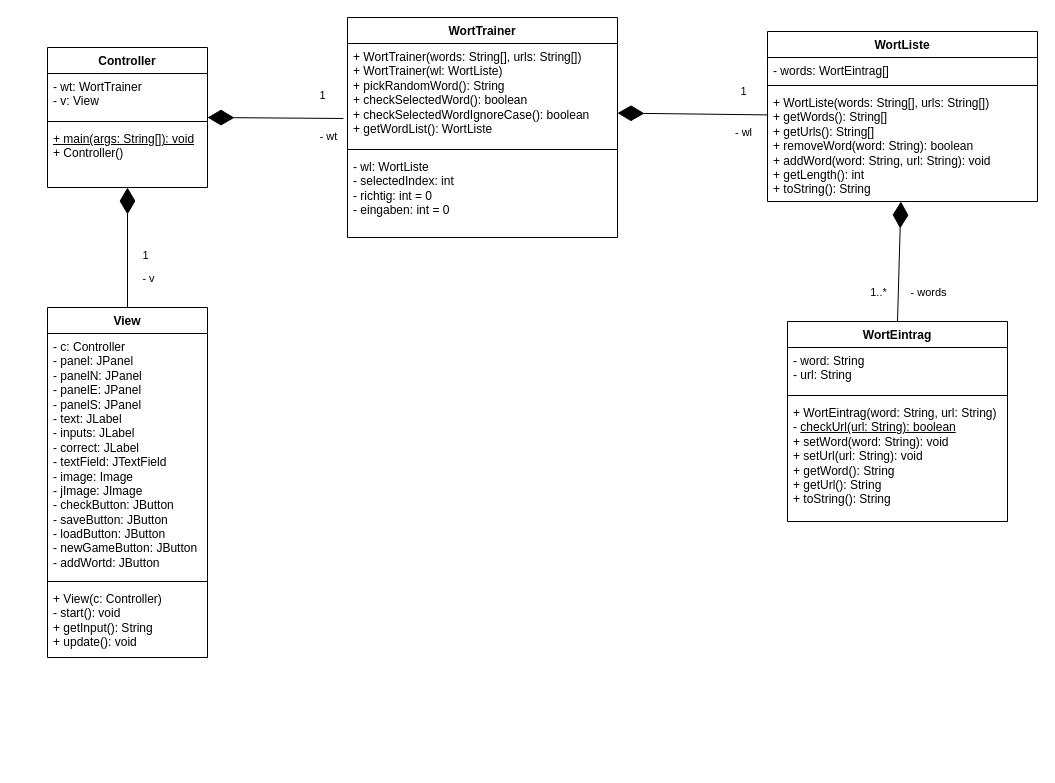
This is doc/worttrainer.drawio from TGM-HIT/sew9-2425-worttrainer-czlabinger, a draw.io file, before an edit. Source tidied: cells renumbered, new cells numbered last; positions are measured from the earlier drawing's top-left corner, leaving out a move shared by most shapes. Both pictures are drawn from the tidied source at 100%, with x=0, y=0 at pixel (47, 17).
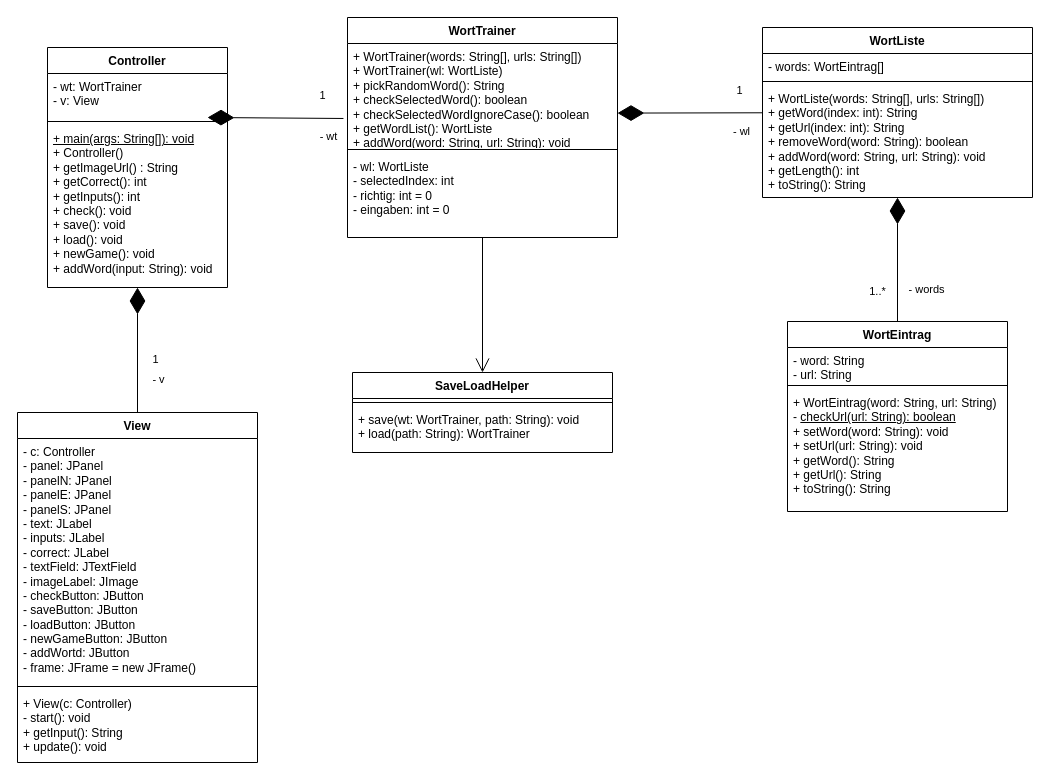
The same diagram, later.

The change refers to these unchanged cells:
```xml
<mxCell id="2" value="&lt;div&gt;WortTrainer&lt;/div&gt;" style="swimlane;fontStyle=1;align=center;verticalAlign=top;horizontal=1;startSize=26;whiteSpace=wrap;html=1;" parent="1" vertex="1">
  <mxGeometry x="300" width="270" height="220" as="geometry" />
</mxCell>
<mxCell id="5" value="&lt;div&gt;- wl: WortListe&lt;/div&gt;&lt;div&gt;- selectedIndex: int&lt;/div&gt;&lt;div&gt;- richtig: int = 0&lt;/div&gt;&lt;div&gt;- eingaben: int = 0&lt;/div&gt;" style="text;strokeColor=none;fillColor=none;align=left;verticalAlign=top;spacingLeft=4;spacingRight=4;overflow=hidden;points=[[0,0.5],[1,0.5]];portConstraint=eastwest;whiteSpace=wrap;html=1;" parent="2" vertex="1">
  <mxGeometry y="136" width="270" height="84" as="geometry" />
</mxCell>
```

Diff of the diagram source:
```diff
@@
-    <mxCell id="3" value="&lt;div&gt;+ WortTrainer(words: String[], urls: String[])&lt;/div&gt;&lt;div&gt;+ WortTrainer(wl: WortListe)&lt;/div&gt;&lt;div&gt;+ pickRandomWord(): String&lt;/div&gt;&lt;div&gt;+ checkSelectedWord(): boolean&lt;/div&gt;&lt;div&gt;+ checkSelectedWordIgnoreCase(): boolean&lt;/div&gt;&lt;div&gt;+ getWordList(): WortListe&lt;/div&gt;" style="text;strokeColor=none;fillColor=none;align=left;verticalAlign=top;spacingLeft=4;spacingRight=4;overflow=hidden;points=[[0,0.5],[1,0.5]];portConstraint=eastwest;whiteSpace=wrap;html=1;" parent="2" vertex="1">
+    <mxCell id="3" value="&lt;div&gt;+ WortTrainer(words: String[], urls: String[])&lt;/div&gt;&lt;div&gt;+ WortTrainer(wl: WortListe)&lt;/div&gt;&lt;div&gt;+ pickRandomWord(): String&lt;/div&gt;&lt;div&gt;+ checkSelectedWord(): boolean&lt;/div&gt;&lt;div&gt;+ checkSelectedWordIgnoreCase(): boolean&lt;/div&gt;&lt;div&gt;+ getWordList(): WortListe&lt;/div&gt;&lt;div&gt;+ addWord(word: String, url: String): void&lt;/div&gt;" style="text;strokeColor=none;fillColor=none;align=left;verticalAlign=top;spacingLeft=4;spacingRight=4;overflow=hidden;points=[[0,0.5],[1,0.5]];portConstraint=eastwest;whiteSpace=wrap;html=1;" parent="2" vertex="1">
       <mxGeometry y="26" width="270" height="102" as="geometry" />
     </mxCell>
@@
     <mxCell id="6" value="&lt;div&gt;WortListe&lt;/div&gt;&lt;div&gt;&lt;br&gt;&lt;/div&gt;" style="swimlane;fontStyle=1;align=center;verticalAlign=top;horizontal=1;startSize=26;whiteSpace=wrap;html=1;" parent="1" vertex="1">
-      <mxGeometry x="720" y="14" width="270" height="170" as="geometry" />
+      <mxGeometry x="715" y="10" width="270" height="170" as="geometry" />
     </mxCell>
@@
-    <mxCell id="9" value="&lt;div&gt;+ WortListe(words: String[], urls: String[])&lt;/div&gt;&lt;div&gt;+ getWords(): String[]&lt;/div&gt;&lt;div&gt;+ getUrls(): String[]&lt;/div&gt;&lt;div&gt;+ removeWord(word: String): boolean&lt;/div&gt;&lt;div&gt;+ addWord(word: String, url: String): void&lt;/div&gt;&lt;div&gt;+ getLength(): int&lt;/div&gt;&lt;div&gt;+ toString(): String&lt;/div&gt;" style="text;strokeColor=none;fillColor=none;align=left;verticalAlign=top;spacingLeft=4;spacingRight=4;overflow=hidden;points=[[0,0.5],[1,0.5]];portConstraint=eastwest;whiteSpace=wrap;html=1;" parent="6" vertex="1">
+    <mxCell id="9" value="&lt;div&gt;+ WortListe(words: String[], urls: String[])&lt;/div&gt;&lt;div&gt;+ getWord(index: int): String&lt;/div&gt;&lt;div&gt;+ getUrl(index: int): String&lt;/div&gt;&lt;div&gt;+ removeWord(word: String): boolean&lt;/div&gt;&lt;div&gt;+ addWord(word: String, url: String): void&lt;/div&gt;&lt;div&gt;+ getLength(): int&lt;/div&gt;&lt;div&gt;+ toString(): String&lt;/div&gt;" style="text;strokeColor=none;fillColor=none;align=left;verticalAlign=top;spacingLeft=4;spacingRight=4;overflow=hidden;points=[[0,0.5],[1,0.5]];portConstraint=eastwest;whiteSpace=wrap;html=1;" parent="6" vertex="1">
       <mxGeometry y="58" width="270" height="112" as="geometry" />
     </mxCell>
     <mxCell id="10" value="WortEintrag" style="swimlane;fontStyle=1;align=center;verticalAlign=top;horizontal=1;startSize=26;whiteSpace=wrap;html=1;" parent="1" vertex="1">
-      <mxGeometry x="740" y="304" width="220" height="200" as="geometry" />
+      <mxGeometry x="740" y="304" width="220" height="190" as="geometry" />
     </mxCell>
     <mxCell id="11" value="&lt;div&gt;- word: String&lt;/div&gt;&lt;div&gt;- url: String&lt;/div&gt;" style="text;strokeColor=none;fillColor=none;align=left;verticalAlign=top;spacingLeft=4;spacingRight=4;overflow=hidden;whiteSpace=wrap;html=1;" parent="10" vertex="1">
-      <mxGeometry y="26" width="220" height="44" as="geometry" />
+      <mxGeometry y="26" width="220" height="34" as="geometry" />
     </mxCell>
     <mxCell id="12" style="line;strokeWidth=1;fillColor=none;align=left;verticalAlign=middle;spacingTop=-1;spacingLeft=3;spacingRight=3;labelPosition=right;strokeColor=inherit;" parent="10" vertex="1">
-      <mxGeometry y="70" width="220" height="8" as="geometry" />
+      <mxGeometry y="60" width="220" height="8" as="geometry" />
     </mxCell>
     <mxCell id="13" value="&lt;div&gt;+ WortEintrag(word: String, url: String)&lt;/div&gt;&lt;div&gt;- &lt;u&gt;checkUrl(url: String): boolean&lt;/u&gt;&lt;/div&gt;&lt;div&gt;+ setWord(word: String): void&lt;br&gt;&lt;/div&gt;&lt;div&gt;+ setUrl(url: String): void&lt;/div&gt;&lt;div&gt;+ getWord(): String&lt;/div&gt;&lt;div&gt;+ getUrl(): String&lt;/div&gt;&lt;div&gt;+ toString(): String&lt;br&gt;&lt;/div&gt;&lt;div&gt;&lt;br&gt;&lt;/div&gt;" style="text;strokeColor=none;fillColor=none;align=left;verticalAlign=top;spacingLeft=4;spacingRight=4;overflow=hidden;whiteSpace=wrap;html=1;" parent="10" vertex="1">
-      <mxGeometry y="78" width="220" height="122" as="geometry" />
+      <mxGeometry y="68" width="220" height="122" as="geometry" />
     </mxCell>
@@
     <mxCell id="20" value="&lt;div&gt;Controller&lt;/div&gt;" style="swimlane;fontStyle=1;align=center;verticalAlign=top;horizontal=1;startSize=26;whiteSpace=wrap;html=1;" parent="1" vertex="1">
-      <mxGeometry y="30" width="160" height="140" as="geometry" />
+      <mxGeometry y="30" width="180" height="240" as="geometry" />
     </mxCell>
     <mxCell id="21" value="&lt;div&gt;- wt: WortTrainer&lt;/div&gt;&lt;div&gt;- v: View&lt;br&gt;&lt;/div&gt;" style="text;strokeColor=none;fillColor=none;align=left;verticalAlign=top;spacingLeft=4;spacingRight=4;overflow=hidden;whiteSpace=wrap;html=1;" parent="20" vertex="1">
-      <mxGeometry y="26" width="160" height="44" as="geometry" />
+      <mxGeometry y="26" width="180" height="44" as="geometry" />
     </mxCell>
     <mxCell id="22" style="line;strokeWidth=1;fillColor=none;align=left;verticalAlign=middle;spacingTop=-1;spacingLeft=3;spacingRight=3;labelPosition=right;strokeColor=inherit;" parent="20" vertex="1">
-      <mxGeometry y="70" width="160" height="8" as="geometry" />
+      <mxGeometry y="70" width="180" height="8" as="geometry" />
     </mxCell>
-    <mxCell id="23" value="&lt;div&gt;&lt;u&gt;+ main(args: String[]): void&lt;/u&gt;&lt;/div&gt;+ Controller()" style="text;strokeColor=none;fillColor=none;align=left;verticalAlign=top;spacingLeft=4;spacingRight=4;overflow=hidden;points=[[0,0.5],[1,0.5]];portConstraint=eastwest;whiteSpace=wrap;html=1;" parent="20" vertex="1">
-      <mxGeometry y="78" width="160" height="62" as="geometry" />
+    <mxCell id="23" value="&lt;div&gt;&lt;u&gt;+ main(args: String[]): void&lt;/u&gt;&lt;/div&gt;+ Controller()&lt;div&gt;+ getImageUrl() : String&lt;/div&gt;&lt;div&gt;+ getCorrect(): int&lt;/div&gt;&lt;div&gt;+ getInputs(): int&lt;/div&gt;&lt;div&gt;+ check(): void&lt;/div&gt;&lt;div&gt;+ save(): void&lt;/div&gt;&lt;div&gt;+ load(): void&lt;/div&gt;&lt;div&gt;+ newGame(): void&lt;/div&gt;&lt;div&gt;+ addWord(input: String): void&lt;/div&gt;" style="text;strokeColor=none;fillColor=none;align=left;verticalAlign=top;spacingLeft=4;spacingRight=4;overflow=hidden;points=[[0,0.5],[1,0.5]];portConstraint=eastwest;whiteSpace=wrap;html=1;" parent="20" vertex="1">
+      <mxGeometry y="78" width="180" height="162" as="geometry" />
     </mxCell>
@@
     <mxCell id="27" value="View" style="swimlane;fontStyle=1;align=center;verticalAlign=top;horizontal=1;startSize=26;whiteSpace=wrap;html=1;" parent="1" vertex="1">
-      <mxGeometry y="290" width="160" height="350" as="geometry" />
+      <mxGeometry x="-30" y="395" width="240" height="350" as="geometry" />
     </mxCell>
-    <mxCell id="28" value="&lt;div&gt;- c: Controller&lt;/div&gt;&lt;div&gt;- panel: JPanel&lt;/div&gt;&lt;div&gt;- panelN: JPanel&lt;/div&gt;&lt;div&gt;- panelE: JPanel&lt;/div&gt;&lt;div&gt;- panelS: JPanel&lt;/div&gt;&lt;div&gt;- text: JLabel&lt;/div&gt;&lt;div&gt;- inputs: JLabel&lt;/div&gt;&lt;div&gt;- correct: JLabel&lt;/div&gt;&lt;div&gt;- textField: JTextField&lt;/div&gt;&lt;div&gt;- image: Image&lt;/div&gt;&lt;div&gt;- jImage: JImage&lt;br&gt;&lt;/div&gt;&lt;div&gt;- checkButton: JButton&lt;/div&gt;&lt;div&gt;- saveButton: JButton&lt;/div&gt;&lt;div&gt;- loadButton: JButton&lt;/div&gt;&lt;div&gt;- newGameButton: JButton&lt;/div&gt;&lt;div&gt;- addWortd: JButton&lt;br&gt;&lt;/div&gt;" style="text;strokeColor=none;fillColor=none;align=left;verticalAlign=top;spacingLeft=4;spacingRight=4;overflow=hidden;whiteSpace=wrap;html=1;" parent="27" vertex="1">
-      <mxGeometry y="26" width="160" height="244" as="geometry" />
+    <mxCell id="28" value="&lt;div&gt;- c: Controller&lt;/div&gt;&lt;div&gt;- panel: JPanel&lt;/div&gt;&lt;div&gt;- panelN: JPanel&lt;/div&gt;&lt;div&gt;- panelE: JPanel&lt;/div&gt;&lt;div&gt;- panelS: JPanel&lt;/div&gt;&lt;div&gt;- text: JLabel&lt;/div&gt;&lt;div&gt;- inputs: JLabel&lt;/div&gt;&lt;div&gt;- correct: JLabel&lt;/div&gt;&lt;div&gt;- textField: JTextField&lt;/div&gt;&lt;div&gt;- imageLabel: JImage&lt;br&gt;&lt;/div&gt;&lt;div&gt;- checkButton: JButton&lt;/div&gt;&lt;div&gt;- saveButton: JButton&lt;/div&gt;&lt;div&gt;- loadButton: JButton&lt;/div&gt;&lt;div&gt;- newGameButton: JButton&lt;/div&gt;&lt;div&gt;- addWortd: JButton&lt;br&gt;&lt;/div&gt;&lt;div&gt;- frame: JFrame = new JFrame()&lt;/div&gt;" style="text;strokeColor=none;fillColor=none;align=left;verticalAlign=top;spacingLeft=4;spacingRight=4;overflow=hidden;whiteSpace=wrap;html=1;" parent="27" vertex="1">
+      <mxGeometry y="26" width="240" height="244" as="geometry" />
     </mxCell>
     <mxCell id="29" style="line;strokeWidth=1;fillColor=none;align=left;verticalAlign=middle;spacingTop=-1;spacingLeft=3;spacingRight=3;labelPosition=right;strokeColor=inherit;" parent="27" vertex="1">
-      <mxGeometry y="270" width="160" height="8" as="geometry" />
+      <mxGeometry y="270" width="240" height="8" as="geometry" />
     </mxCell>
     <mxCell id="30" value="&lt;div&gt;+ View(c: Controller)&lt;/div&gt;&lt;div&gt;- start(): void&lt;br&gt;&lt;/div&gt;&lt;div&gt;+ getInput(): String&lt;/div&gt;&lt;div&gt;+ update(): void&lt;br&gt;&lt;/div&gt;" style="text;strokeColor=none;fillColor=none;align=left;verticalAlign=top;spacingLeft=4;spacingRight=4;overflow=hidden;whiteSpace=wrap;html=1;" parent="27" vertex="1">
-      <mxGeometry y="278" width="160" height="72" as="geometry" />
+      <mxGeometry y="278" width="240" height="72" as="geometry" />
     </mxCell>
@@
+    <mxCell id="34" value="SaveLoadHelper" style="swimlane;fontStyle=1;align=center;verticalAlign=top;horizontal=1;startSize=26;whiteSpace=wrap;html=1;" parent="1" vertex="1">
+      <mxGeometry x="305" y="355" width="260" height="80" as="geometry" />
+    </mxCell>
+    <mxCell id="35" style="line;strokeWidth=1;fillColor=none;align=left;verticalAlign=middle;spacingTop=-1;spacingLeft=3;spacingRight=3;labelPosition=right;strokeColor=inherit;" parent="34" vertex="1">
+      <mxGeometry y="26" width="260" height="8" as="geometry" />
+    </mxCell>
+    <mxCell id="36" value="+ save(wt: WortTrainer, path: String): void&lt;div&gt;+ load(path: String): WortTrainer&lt;/div&gt;" style="text;strokeColor=none;fillColor=none;align=left;verticalAlign=top;spacingLeft=4;spacingRight=4;overflow=hidden;whiteSpace=wrap;html=1;" parent="34" vertex="1">
+      <mxGeometry y="34" width="260" height="46" as="geometry" />
+    </mxCell>
+    <mxCell id="37" style="endArrow=open;endFill=1;endSize=12;html=1;rounded=0;entryX=0.5;entryY=0;entryDx=0;entryDy=0;" parent="1" edge="1" source="5" target="34">
+      <mxGeometry relative="1" as="geometry" />
+    </mxCell>
```
